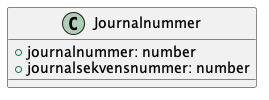
ks-no/fiks-saksfaser-specification keeps this PlantUML diagram as Dokumentasjon/V1/ClassDiagrams/no.ks.fiks.saksfaser.v1.felles.journalnummer/classdiagram.png. Above is the earlier version. Its diagram source:
```plantuml
@startuml

class Journalnummer {
    +journalnummer: number
    +journalsekvensnummer: number
}

@enduml
```
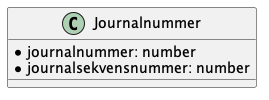
After the change.

The edit, as a diff of the source:
```diff
@@ -1,8 +1,8 @@
 @startuml
 
 class Journalnummer {
-    +journalnummer: number
-    +journalsekvensnummer: number
+    *journalnummer: number
+    *journalsekvensnummer: number
 }
 
 @enduml
```
